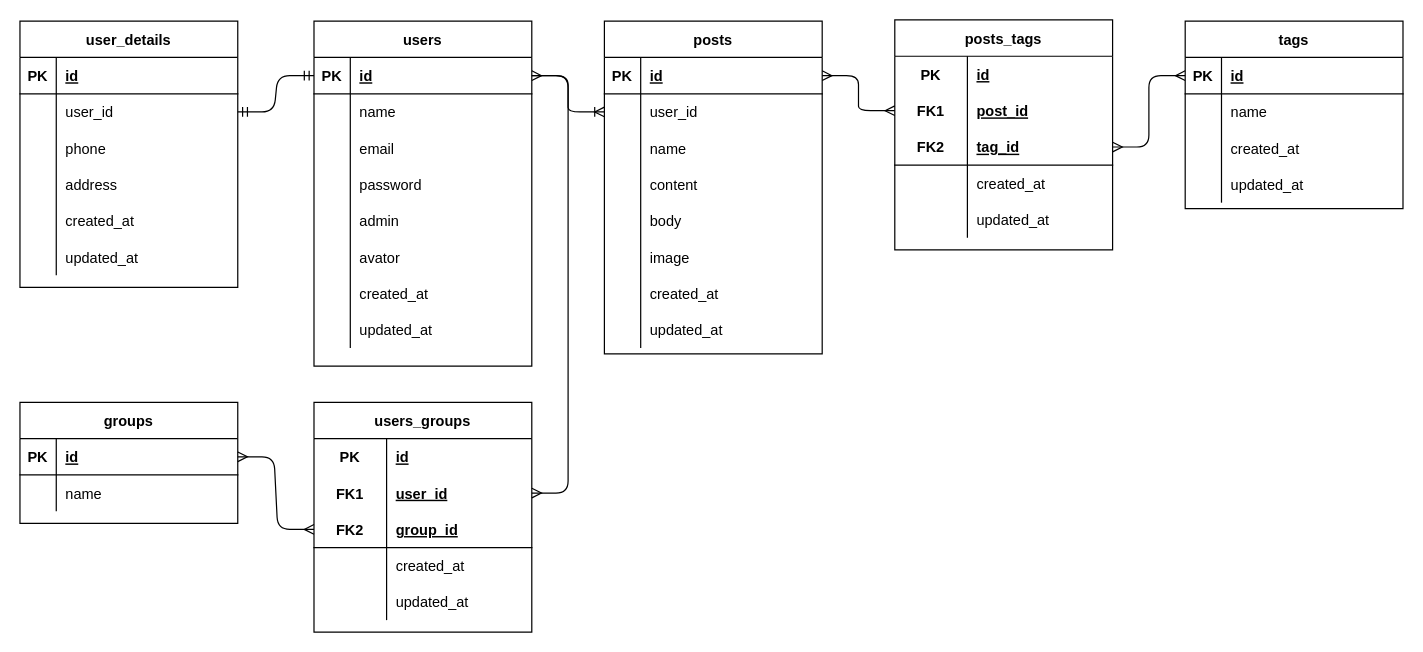
kurosawa-kuro/SequelizeAssociations keeps this draw.io diagram as design/er.dio. Above is the earlier version. Source tidied: cells renumbered, new cells numbered last; positions are measured from the earlier drawing's top-left corner, leaving out a move shared by most shapes. Both pictures are drawn from the tidied source at 121%, with x=0, y=0 at pixel (19, 19).
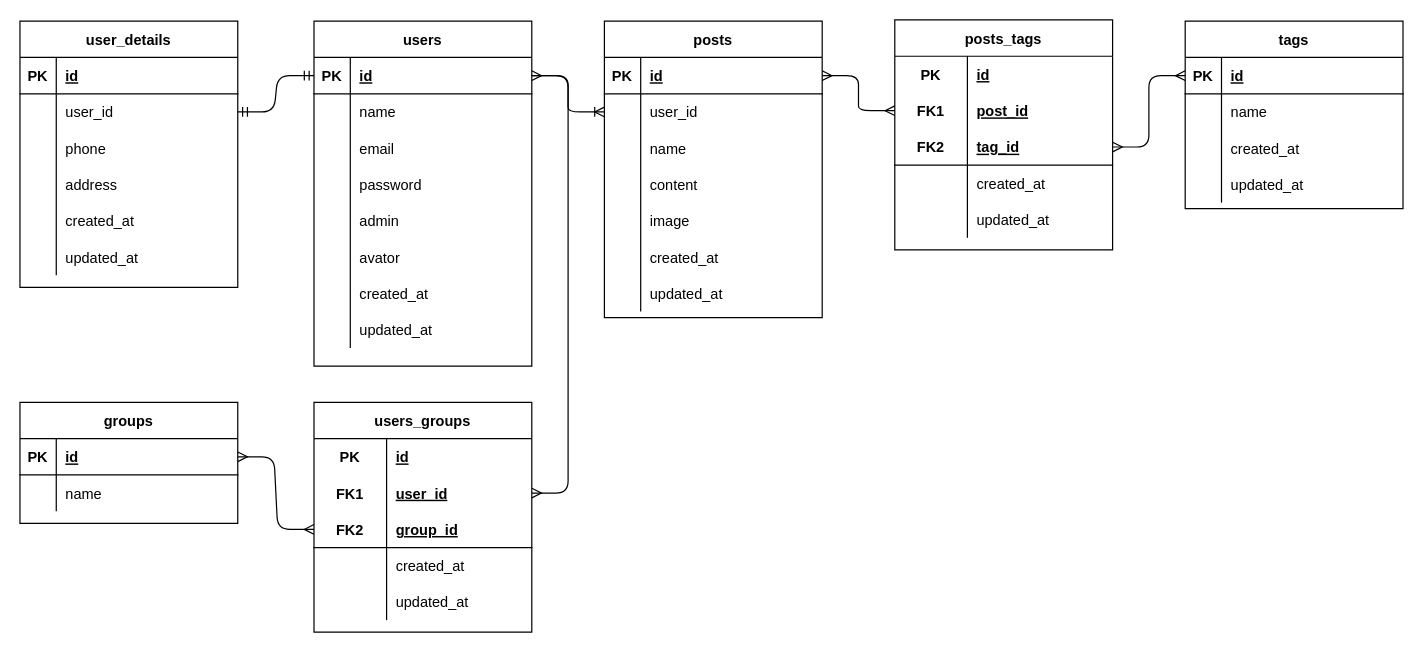
After the change.

The edit, as a diff of the source:
```diff
@@
     <mxCell id="47" value="posts" style="shape=table;startSize=30;childLayout=tableLayout;rowLines=0;fontStyle=1;align=center;" parent="1" vertex="1">
-      <mxGeometry x="483" y="1" width="180" height="275" as="geometry" />
+      <mxGeometry x="483" y="1" width="180" height="245" as="geometry" />
     </mxCell>
@@
-    <mxCell id="60" style="shape=partialRectangle;fillColor=none;top=0;left=0;bottom=0;right=0;" parent="47" vertex="1">
-      <mxGeometry y="150" width="180" height="30" as="geometry" />
-    </mxCell>
-    <mxCell id="61" style="shape=partialRectangle;fillColor=none;top=0;left=0;bottom=0;right=0;overflow=hidden;" parent="60" vertex="1">
-      <mxGeometry width="30" height="30" as="geometry" />
-    </mxCell>
-    <mxCell id="62" value="body" style="shape=partialRectangle;fillColor=none;top=0;left=0;bottom=0;right=0;align=left;spacingLeft=6;overflow=hidden;" parent="60" vertex="1">
-      <mxGeometry x="30" width="150" height="30" as="geometry" />
-    </mxCell>
     <mxCell id="63" style="shape=partialRectangle;fillColor=none;top=0;left=0;bottom=0;right=0;" parent="47" vertex="1">
-      <mxGeometry y="180" width="180" height="30" as="geometry" />
+      <mxGeometry y="150" width="180" height="30" as="geometry" />
     </mxCell>
@@
     <mxCell id="66" style="shape=partialRectangle;fillColor=none;top=0;left=0;bottom=0;right=0;" parent="47" vertex="1">
-      <mxGeometry y="210" width="180" height="30" as="geometry" />
+      <mxGeometry y="180" width="180" height="30" as="geometry" />
     </mxCell>
@@
     <mxCell id="69" style="shape=partialRectangle;fillColor=none;top=0;left=0;bottom=0;right=0;" parent="47" vertex="1">
-      <mxGeometry y="240" width="180" height="30" as="geometry" />
+      <mxGeometry y="210" width="180" height="30" as="geometry" />
     </mxCell>
```
